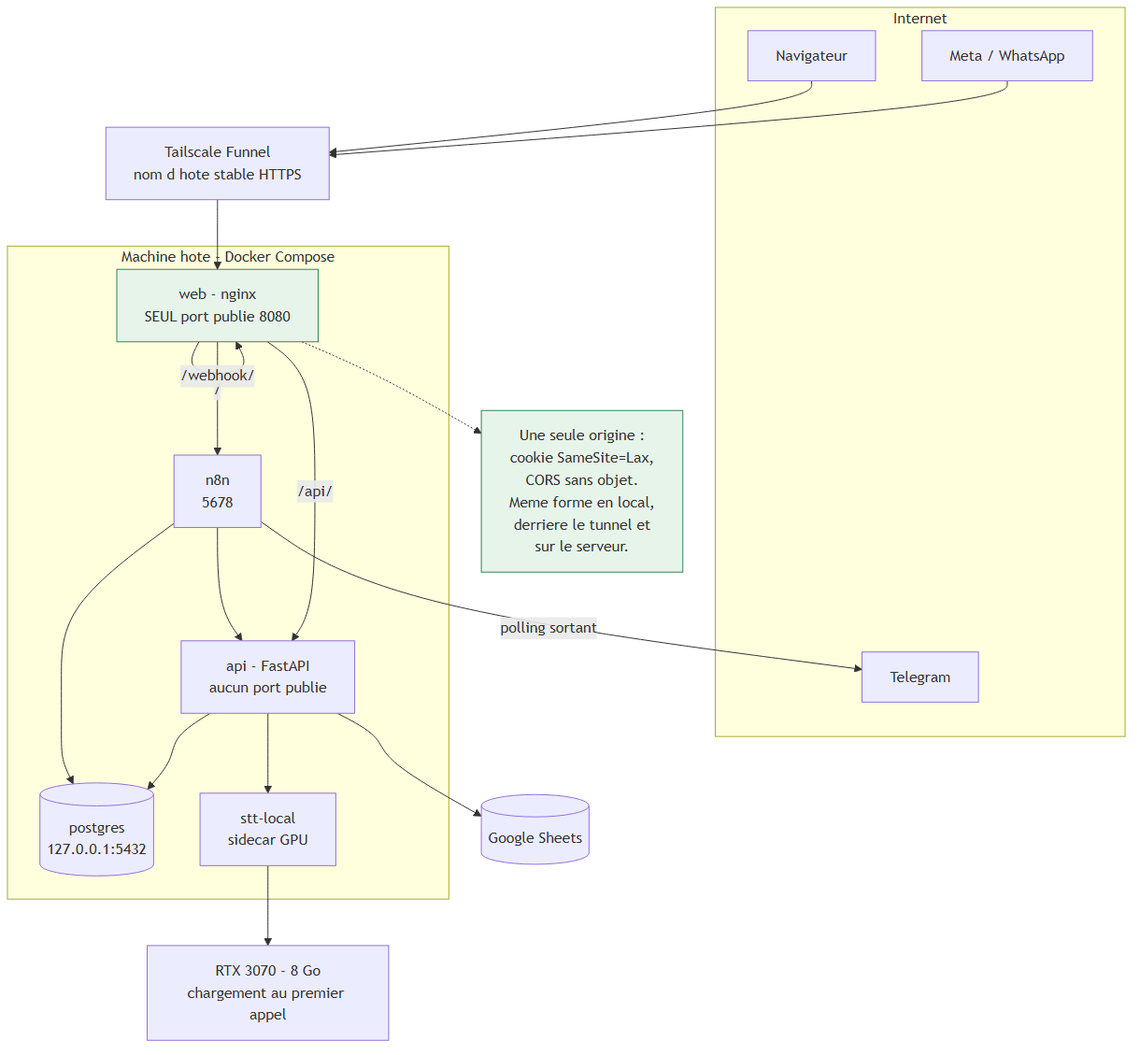
Earlier version of the Mermaid export Pres+report/diagrams/12-deployment.png (yassine808/PFE-aznet). Its source is kept beside it as Pres+report/diagrams/12-deployment.mmd. Its diagram source:
```mermaid
flowchart TB
    subgraph internet["Internet"]
        META["Meta / WhatsApp"]
        TGA["Telegram"]
        NAV["Navigateur"]
    end

    FUNNEL["Tailscale Funnel<br/>nom d hote stable HTTPS"]
    META --> FUNNEL
    NAV --> FUNNEL

    subgraph host["Machine hote - Docker Compose"]
        WEB["web - nginx<br/>SEUL port publie 8080"]
        API["api - FastAPI<br/>aucun port publie"]
        N8N["n8n<br/>5678"]
        PG[("postgres<br/>127.0.0.1:5432")]
        STT["stt-local<br/>sidecar GPU"]
    end

    GPU["RTX 3070 - 8 Go<br/>chargement au premier appel"]
    SHEETS[("Google Sheets")]

    FUNNEL --> WEB
    WEB -- "/" --> WEB
    WEB -- "/api/" --> API
    WEB -- "/webhook/" --> N8N
    N8N -- polling sortant --> TGA
    N8N --> API
    API --> PG
    API --> STT --> GPU
    API --> SHEETS
    N8N --> PG

    NOTE["Une seule origine :<br/>cookie SameSite=Lax,<br/>CORS sans objet.<br/>Meme forme en local,<br/>derriere le tunnel et<br/>sur le serveur."]
    WEB -.-> NOTE

    classDef ok fill:#e6f4ea,stroke:#2f855a
    class WEB,NOTE ok
```
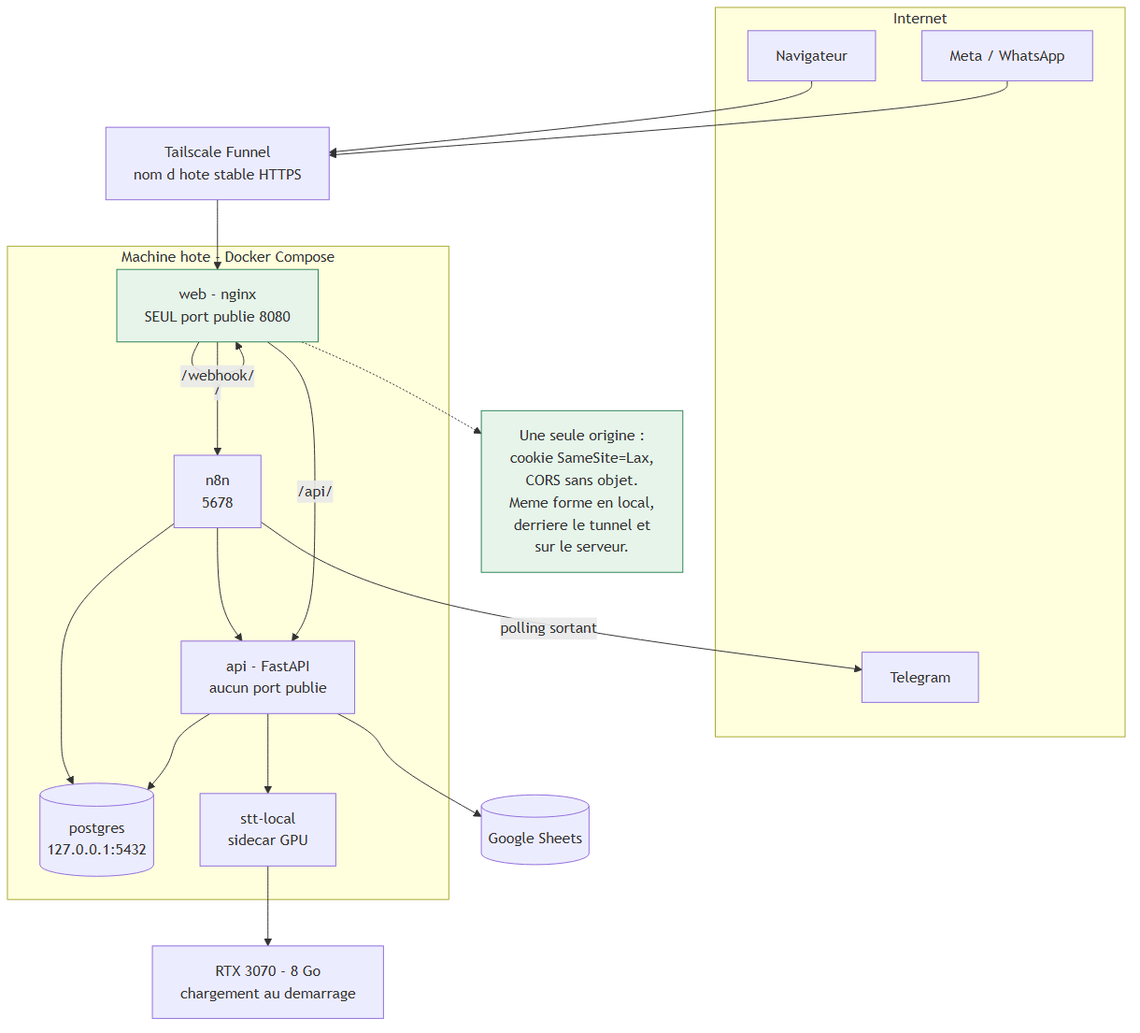
Later version of the same file.

Change to the diagram source:
```diff
@@ -17,7 +17,7 @@
         STT["stt-local<br/>sidecar GPU"]
     end
 
-    GPU["RTX 3070 - 8 Go<br/>chargement au premier appel"]
+    GPU["RTX 3070 - 8 Go<br/>chargement au demarrage"]
     SHEETS[("Google Sheets")]
 
     FUNNEL --> WEB
```
